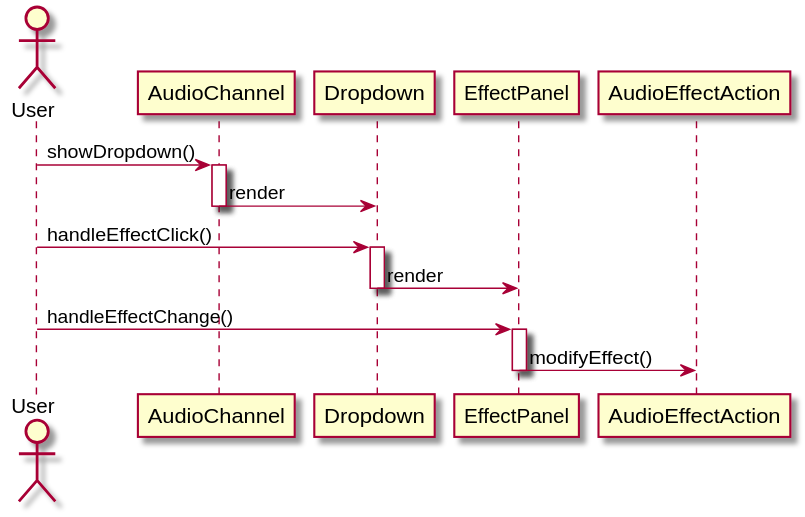
Above: out/sequence_diagram/modifyEffect/modifyEffect.svg in austudio-team/austudio-uml-graph (PlantUML), before the change.
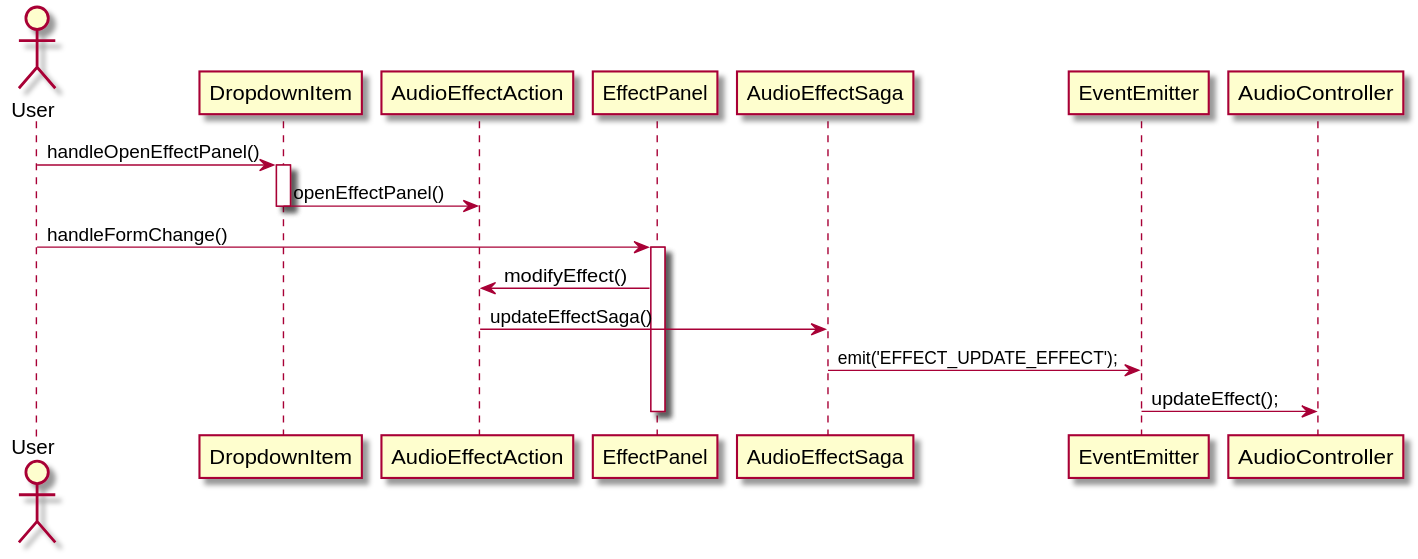
After the commit.

Diff of the diagram source:
```diff
@@ -1,17 +1,16 @@
 @startuml
 actor User
 
-User -> AudioChannel: showDropdown()
-activate AudioChannel
-AudioChannel -> Dropdown: render
-deactivate AudioChannel
-User -> Dropdown: handleEffectClick()
-activate Dropdown
-Dropdown -> EffectPanel: render
-deactivate Dropdown
+User -> DropdownItem: handleOpenEffectPanel()
+activate DropdownItem
+DropdownItem -> AudioEffectAction: openEffectPanel()
+deactivate DropdownItem
 
-User -> EffectPanel: handleEffectChange()
+User -> EffectPanel: handleFormChange()
 activate EffectPanel
 EffectPanel -> AudioEffectAction: modifyEffect()
+AudioEffectAction -> AudioEffectSaga: updateEffectSaga()
+AudioEffectSaga -> EventEmitter: emit('EFFECT_UPDATE_EFFECT');
+EventEmitter -> AudioController: updateEffect();
 deactivate EffectPanel
 @enduml
```
